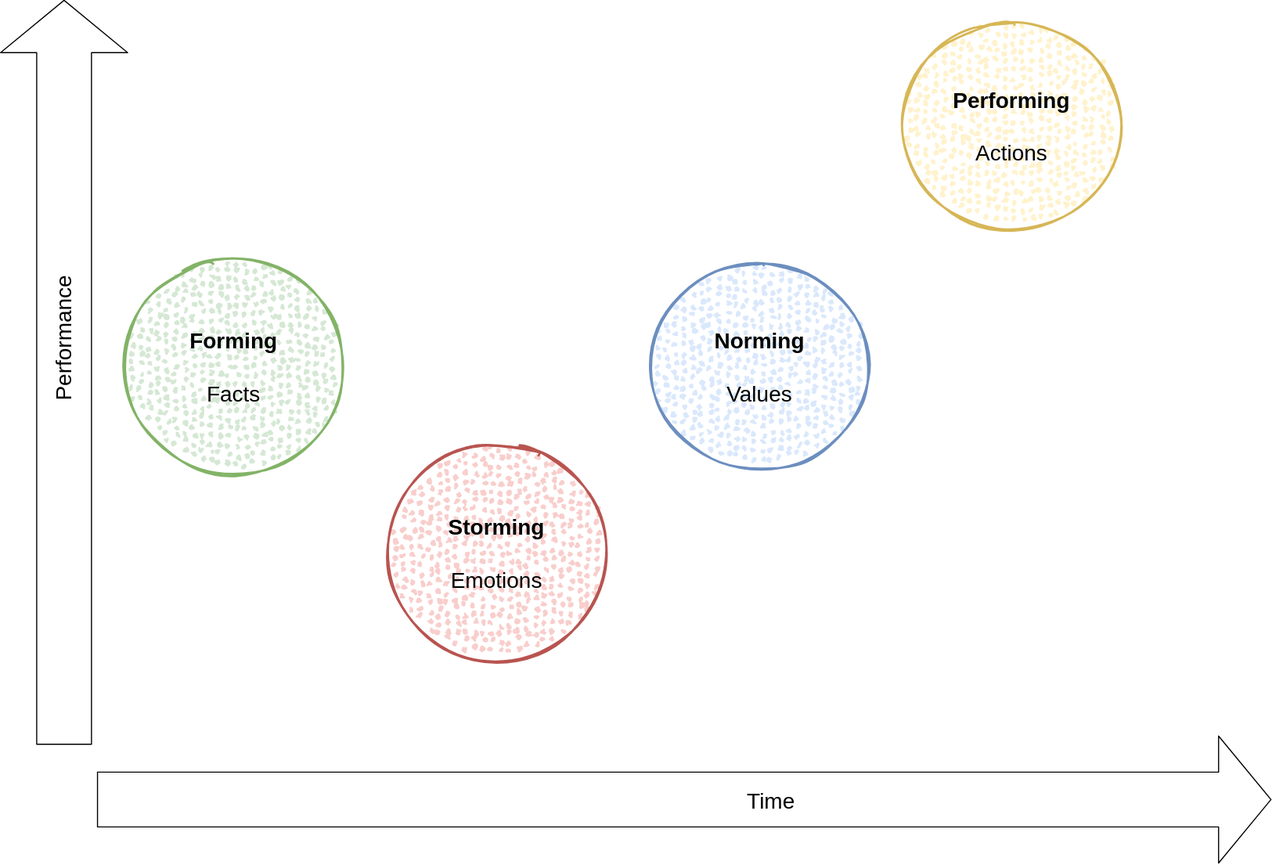
Earlier version of the draw.io export lesson-09 - planning/graphics/mentalmodels.tuckman-model.drawio.svg (thomykay/dhbw-projectmanagement1). Source tidied: cells renumbered, new cells last; positions are measured from the earlier drawing's top-left corner, leaving out a move shared by most shapes.
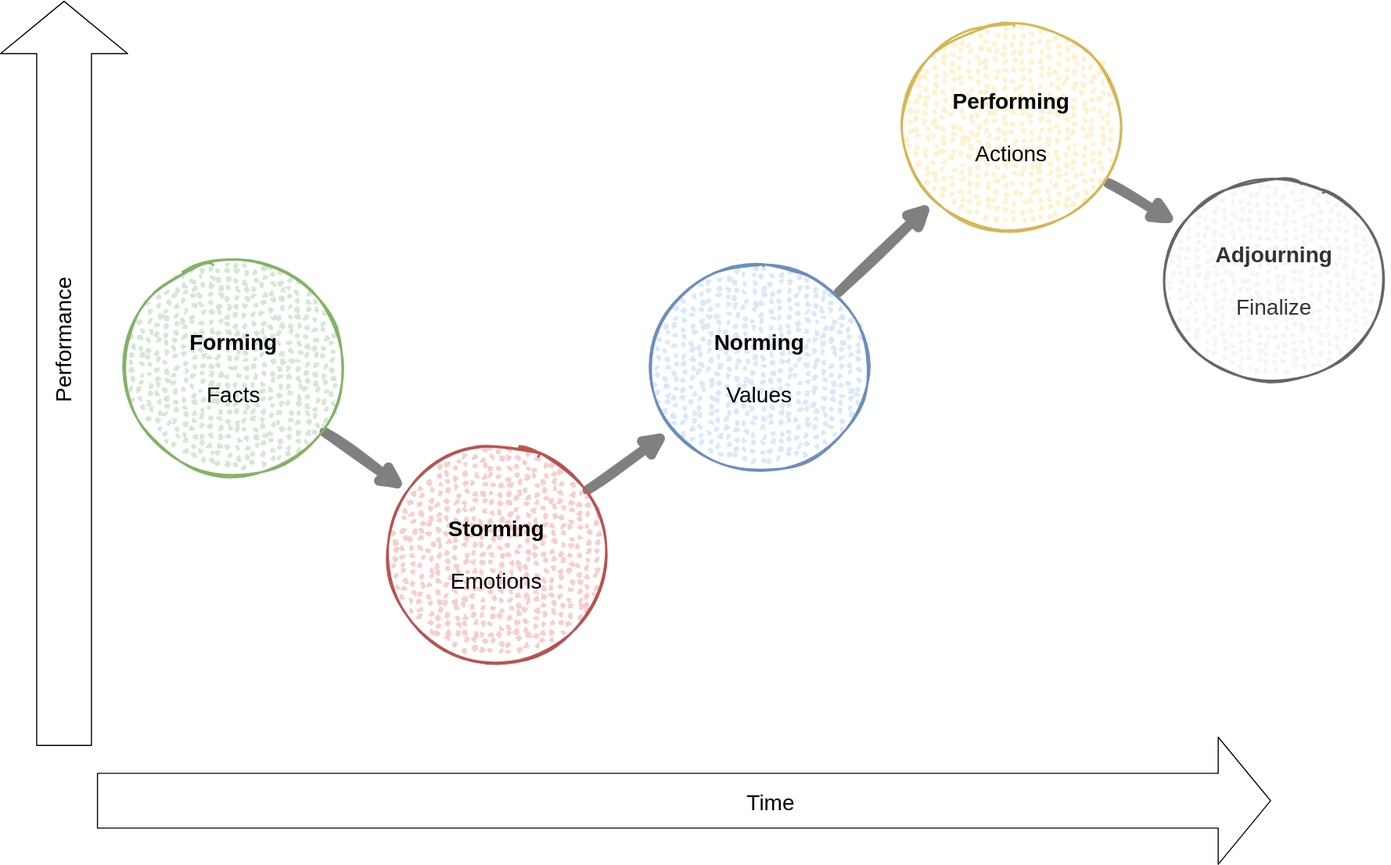
Above is the later version.

Diff of the diagram source:
```diff
@@ -2,9 +2,15 @@
   <root>
     <mxCell id="0" />
     <mxCell id="1" parent="0" />
+    <mxCell id="10" style="edgeStyle=none;html=1;strokeWidth=9;endArrow=block;endFill=1;strokeColor=#808080;sketch=1;" parent="1" edge="1" source="2" target="3">
+      <mxGeometry relative="1" as="geometry" />
+    </mxCell>
     <mxCell id="2" value="&lt;font style=&quot;font-size: 20px&quot;&gt;&lt;b&gt;Forming&lt;/b&gt;&lt;br&gt;&lt;br&gt;Facts&lt;br&gt;&lt;/font&gt;" style="ellipse;whiteSpace=wrap;html=1;strokeWidth=2;fillWeight=2;hachureGap=8;fillColor=#d5e8d4;fillStyle=dots;sketch=1;strokeColor=#82b366;" parent="1" vertex="1">
       <mxGeometry x="50" y="240" width="210" height="190" as="geometry" />
     </mxCell>
+    <mxCell id="11" style="edgeStyle=none;sketch=1;html=1;endArrow=block;endFill=1;strokeColor=#808080;strokeWidth=9;" parent="1" edge="1" source="3" target="8">
+      <mxGeometry relative="1" as="geometry" />
+    </mxCell>
     <mxCell id="3" value="&lt;font style=&quot;font-size: 20px&quot;&gt;&lt;b&gt;Storming&lt;/b&gt;&lt;br&gt;&lt;br&gt;Emotions&lt;br&gt;&lt;/font&gt;" style="ellipse;whiteSpace=wrap;html=1;strokeWidth=2;fillWeight=2;hachureGap=8;fillColor=#f8cecc;fillStyle=dots;sketch=1;strokeColor=#b85450;" parent="1" vertex="1">
       <mxGeometry x="290" y="410" width="210" height="190" as="geometry" />
     </mxCell>
@@ -14,7 +20,7 @@
         <mxPoint as="targetPoint" />
       </mxGeometry>
     </mxCell>
-    <mxCell id="5" value="Performance" style="edgeLabel;html=1;align=center;verticalAlign=middle;fontSize=20;rotation=-90;" parent="4" vertex="1">
+    <mxCell id="5" value="Performance" style="edgeLabel;html=1;align=center;verticalAlign=middle;fontSize=20;rotation=-90;labelBackgroundColor=none;" parent="4" vertex="1">
       <mxGeometry x="0.49" y="2" relative="1" as="geometry">
         <mxPoint y="138" as="offset" />
       </mxGeometry>
@@ -25,16 +31,25 @@
         <mxPoint x="1102.1" y="730" as="targetPoint" />
       </mxGeometry>
     </mxCell>
-    <mxCell id="7" value="Time" style="edgeLabel;html=1;align=center;verticalAlign=middle;fontSize=20;rotation=0;" parent="6" vertex="1">
+    <mxCell id="7" value="Time" style="edgeLabel;html=1;align=center;verticalAlign=middle;fontSize=20;rotation=0;labelBackgroundColor=none;" parent="6" vertex="1">
       <mxGeometry x="0.49" y="2" relative="1" as="geometry">
         <mxPoint x="-186" y="2" as="offset" />
       </mxGeometry>
     </mxCell>
+    <mxCell id="12" style="edgeStyle=none;sketch=1;html=1;endArrow=block;endFill=1;strokeColor=#808080;strokeWidth=9;" parent="1" edge="1" source="8" target="9">
+      <mxGeometry relative="1" as="geometry" />
+    </mxCell>
     <mxCell id="8" value="&lt;font style=&quot;font-size: 20px&quot;&gt;&lt;b&gt;Norming&lt;/b&gt;&lt;br&gt;&lt;br&gt;Values&lt;br&gt;&lt;/font&gt;" style="ellipse;whiteSpace=wrap;html=1;strokeWidth=2;fillWeight=2;hachureGap=8;fillColor=#dae8fc;fillStyle=dots;sketch=1;strokeColor=#6c8ebf;" parent="1" vertex="1">
       <mxGeometry x="530" y="240" width="210" height="190" as="geometry" />
     </mxCell>
+    <mxCell id="13" style="edgeStyle=none;sketch=1;html=1;endArrow=block;endFill=1;strokeColor=#808080;strokeWidth=9;" parent="1" edge="1" source="9" target="14">
+      <mxGeometry relative="1" as="geometry" />
+    </mxCell>
     <mxCell id="9" value="&lt;font style=&quot;font-size: 20px&quot;&gt;&lt;b&gt;Performing&lt;/b&gt;&lt;br&gt;&lt;br&gt;Actions&lt;br&gt;&lt;/font&gt;" style="ellipse;whiteSpace=wrap;html=1;strokeWidth=2;fillWeight=2;hachureGap=8;fillColor=#fff2cc;fillStyle=dots;sketch=1;strokeColor=#d6b656;" parent="1" vertex="1">
       <mxGeometry x="760" y="20" width="210" height="190" as="geometry" />
     </mxCell>
+    <mxCell id="14" value="&lt;font style=&quot;font-size: 20px&quot;&gt;&lt;b&gt;Adjourning&lt;/b&gt;&lt;br&gt;&lt;br&gt;Finalize&lt;br&gt;&lt;/font&gt;" style="ellipse;whiteSpace=wrap;html=1;strokeWidth=2;fillWeight=2;hachureGap=8;fillColor=#f5f5f5;fillStyle=dots;sketch=1;strokeColor=#666666;fontColor=#333333;" parent="1" vertex="1">
+      <mxGeometry x="1000" y="160" width="210" height="190" as="geometry" />
+    </mxCell>
   </root>
 </mxGraphModel>
```
